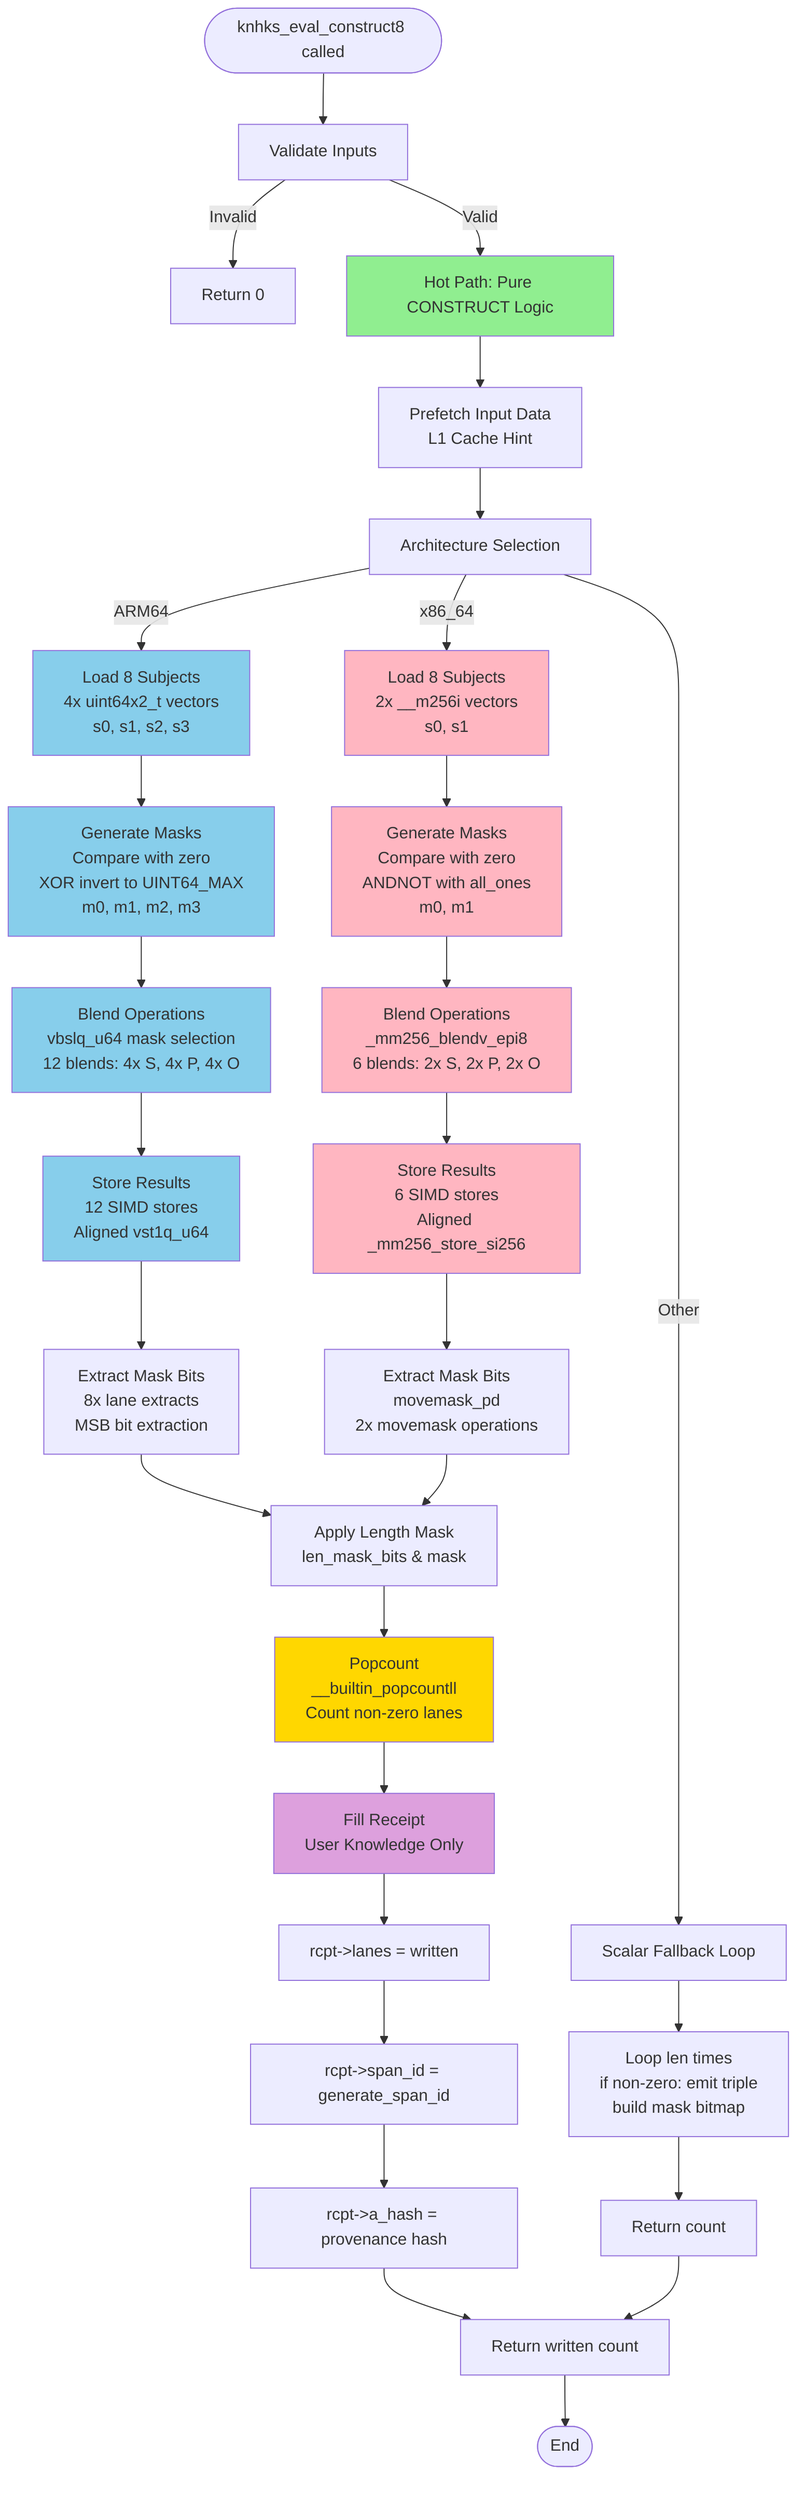
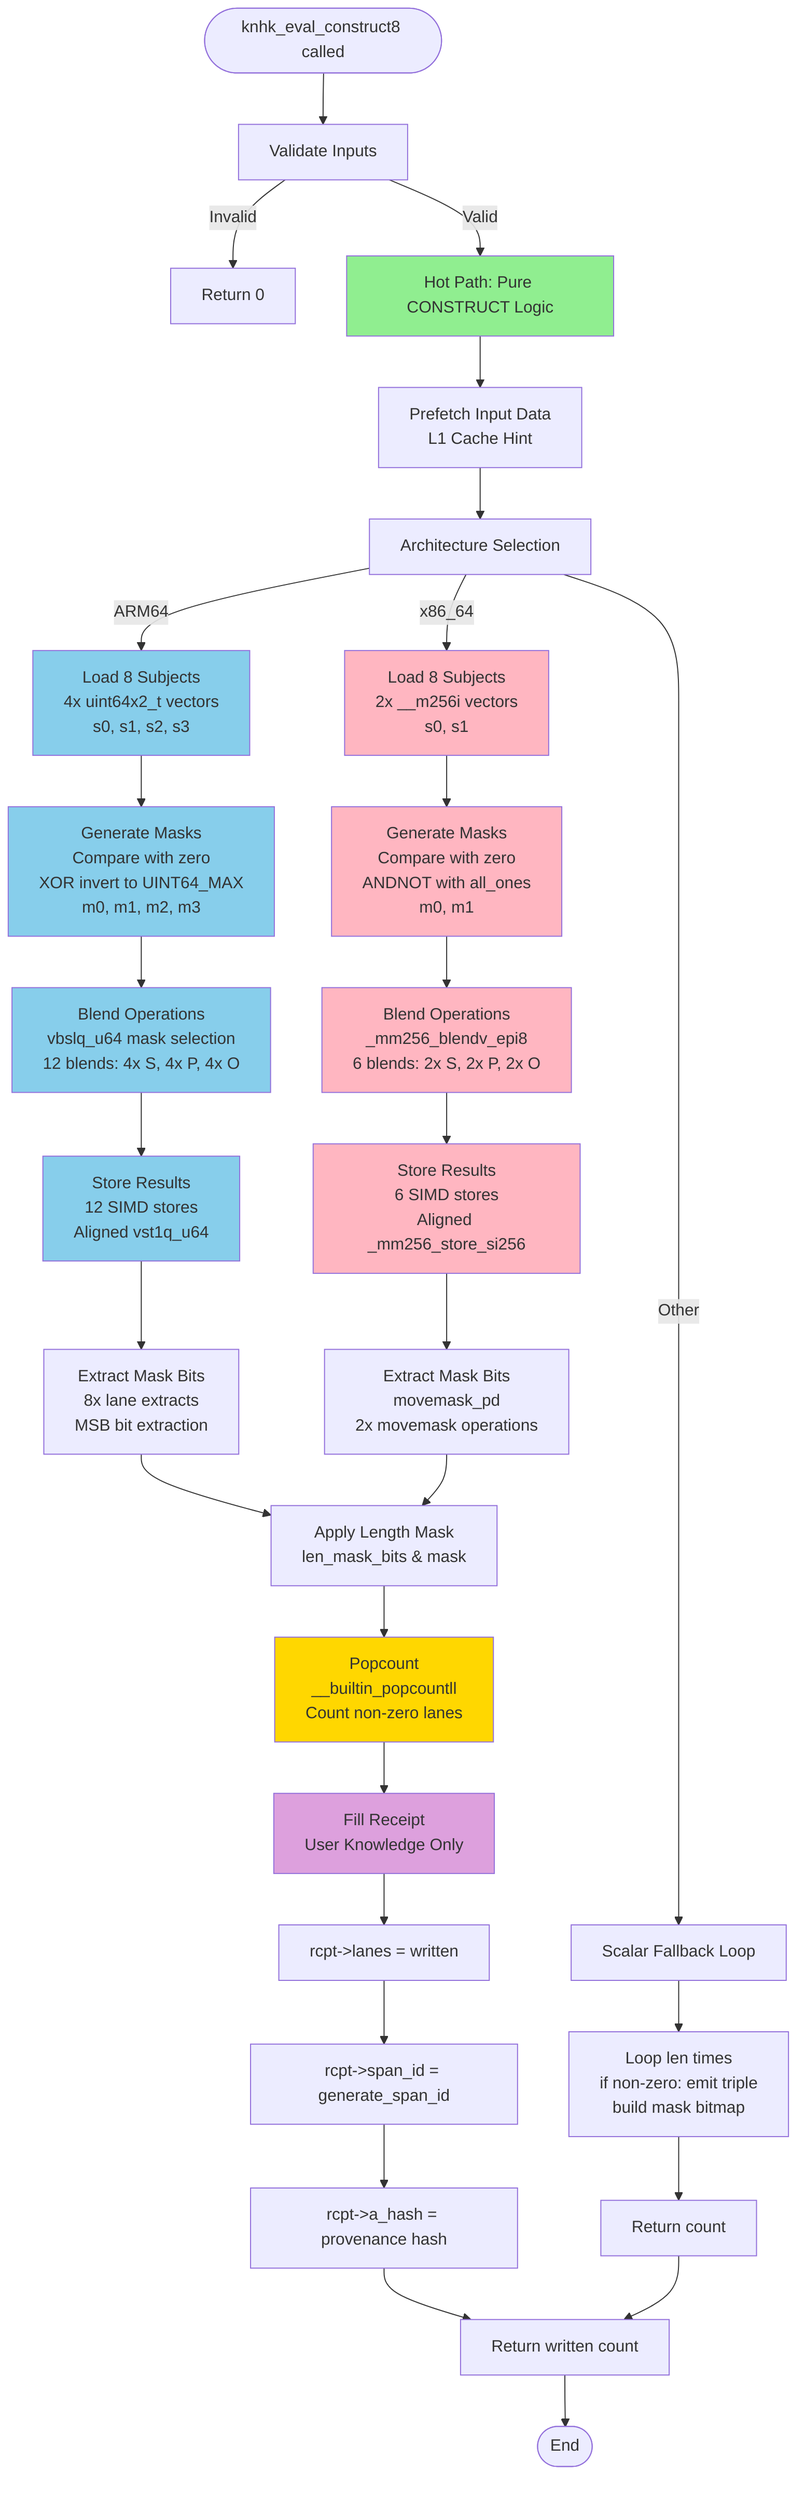
flowchart TD
-     Start([knhks_eval_construct8 called]) --> Validate[Validate Inputs]
+     Start([knhk_eval_construct8 called]) --> Validate[Validate Inputs]
    Validate -->|Invalid| Return0[Return 0]
    Validate -->|Valid| HotPath[Hot Path: Pure CONSTRUCT Logic]

    HotPath --> Prefetch[Prefetch Input Data<br/>L1 Cache Hint]
    Prefetch --> SIMD[Architecture Selection]

    SIMD -->|ARM64| ARM_Load[Load 8 Subjects<br/>4x uint64x2_t vectors<br/>s0, s1, s2, s3]
    SIMD -->|x86_64| x86_Load[Load 8 Subjects<br/>2x __m256i vectors<br/>s0, s1]
    SIMD -->|Other| Scalar[Scalar Fallback Loop]

    ARM_Load --> ARM_Mask[Generate Masks<br/>Compare with zero<br/>XOR invert to UINT64_MAX<br/>m0, m1, m2, m3]
    x86_Load --> x86_Mask[Generate Masks<br/>Compare with zero<br/>ANDNOT with all_ones<br/>m0, m1]

    ARM_Mask --> ARM_Blend[Blend Operations<br/>vbslq_u64 mask selection<br/>12 blends: 4x S, 4x P, 4x O]
    x86_Mask --> x86_Blend[Blend Operations<br/>_mm256_blendv_epi8<br/>6 blends: 2x S, 2x P, 2x O]

    ARM_Blend --> ARM_Store[Store Results<br/>12 SIMD stores<br/>Aligned vst1q_u64]
    x86_Blend --> x86_Store[Store Results<br/>6 SIMD stores<br/>Aligned _mm256_store_si256]

    ARM_Store --> ARM_MaskExtract[Extract Mask Bits<br/>8x lane extracts<br/>MSB bit extraction]
    x86_Store --> x86_MaskExtract[Extract Mask Bits<br/>movemask_pd<br/>2x movemask operations]

    ARM_MaskExtract --> ApplyLenMask[Apply Length Mask<br/>len_mask_bits & mask]
    x86_MaskExtract --> ApplyLenMask

    ApplyLenMask --> PopCount[Popcount<br/>__builtin_popcountll<br/>Count non-zero lanes]

    Scalar --> ScalarLoop[Loop len times<br/>if non-zero: emit triple<br/>build mask bitmap]
    ScalarLoop --> ScalarReturn[Return count]

    PopCount --> FillReceipt[Fill Receipt<br/>User Knowledge Only]
    FillReceipt --> SetLanes[rcpt->lanes = written]
    SetLanes --> SetSpanID[rcpt->span_id = generate_span_id]
    SetSpanID --> SetHash[rcpt->a_hash = provenance hash]
    SetHash --> ReturnWritten[Return written count]

    ScalarReturn --> ReturnWritten
    ReturnWritten --> End([End])

    style HotPath fill:#90EE90
    style ARM_Load fill:#87CEEB
    style ARM_Mask fill:#87CEEB
    style ARM_Blend fill:#87CEEB
    style ARM_Store fill:#87CEEB
    style x86_Load fill:#FFB6C1
    style x86_Mask fill:#FFB6C1
    style x86_Blend fill:#FFB6C1
    style x86_Store fill:#FFB6C1
    style PopCount fill:#FFD700
    style FillReceipt fill:#DDA0DD

